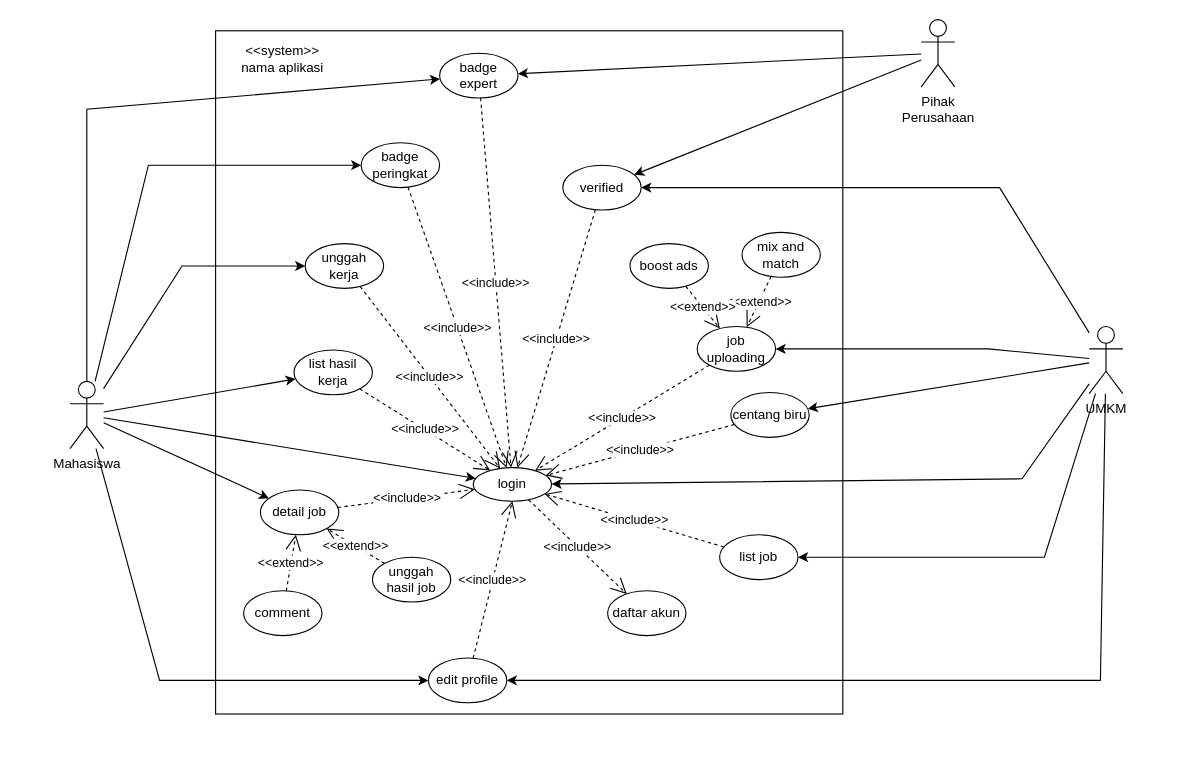
Above: page "UML (UseCase)" (2 of 4) of uml-diagram.drawio in isalzufari/sayembaara (draw.io), before the change. Source tidied: cells renumbered, new cells numbered last; positions are measured from the earlier drawing's top-left corner, leaving out a move shared by most shapes. Both pictures are drawn from the tidied source at 112%, with x=0, y=0 at pixel (69, 19).
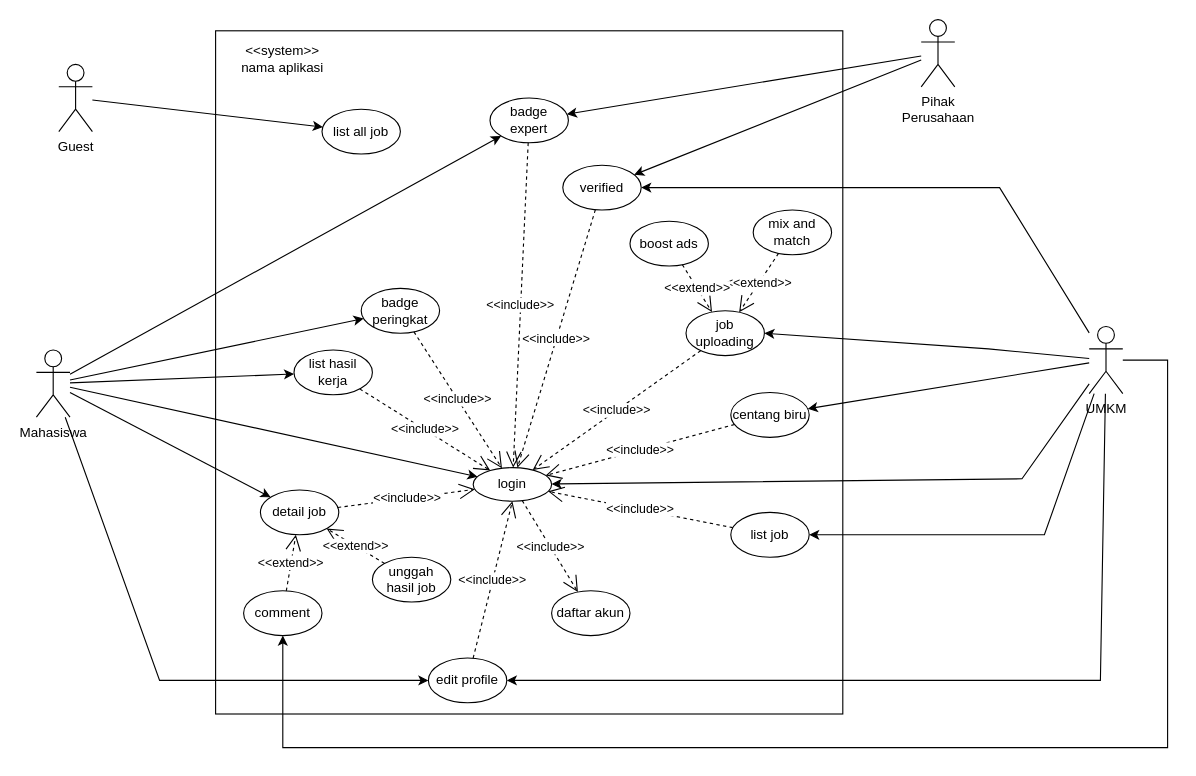
The same diagram, later.

Unchanged cells that the change refers to:
```xml
<mxCell id="17" value="UMKM" style="shape=umlActor;verticalLabelPosition=bottom;verticalAlign=top;html=1;" parent="1" vertex="1">
  <mxGeometry x="910" y="274" width="30" height="60" as="geometry" />
</mxCell>
<mxCell id="18" value="login" style="ellipse;whiteSpace=wrap;html=1;" parent="1" vertex="1">
  <mxGeometry x="360" y="400" width="70" height="30" as="geometry" />
</mxCell>
<mxCell id="49" value="comment" style="ellipse;whiteSpace=wrap;html=1;" parent="1" vertex="1">
  <mxGeometry x="155" y="510" width="70" height="40" as="geometry" />
</mxCell>
```

What changed in the source:
```diff
@@
     <mxCell id="5" style="rounded=0;jettySize=auto;html=1;" parent="1" edge="1" source="10" target="39">
-      <mxGeometry relative="1" as="geometry">
-        <Array as="points">
-          <mxPoint x="15" y="80" />
-        </Array>
-      </mxGeometry>
+      <mxGeometry relative="1" as="geometry" />
     </mxCell>
     <mxCell id="6" style="rounded=0;jettySize=auto;html=1;" parent="1" edge="1" source="10" target="41">
-      <mxGeometry relative="1" as="geometry">
-        <Array as="points">
-          <mxPoint x="70" y="130" />
-        </Array>
-      </mxGeometry>
+      <mxGeometry relative="1" as="geometry" />
     </mxCell>
-    <mxCell id="7" style="rounded=0;jettySize=auto;html=1;" parent="1" edge="1" source="10" target="43">
-      <mxGeometry relative="1" as="geometry">
-        <Array as="points">
-          <mxPoint x="100" y="220" />
-        </Array>
-      </mxGeometry>
-    </mxCell>
@@
     <mxCell id="10" value="Mahasiswa" style="shape=umlActor;verticalLabelPosition=bottom;verticalAlign=top;html=1;" parent="1" vertex="1">
-      <mxGeometry y="323" width="30" height="60" as="geometry" />
+      <mxGeometry x="-30" y="295" width="30" height="60" as="geometry" />
     </mxCell>
@@
     <mxCell id="14" style="rounded=0;jettySize=auto;html=1;" parent="1" edge="1" source="17" target="29">
       <mxGeometry relative="1" as="geometry">
         <Array as="points">
-          <mxPoint x="870" y="480" />
+          <mxPoint x="870" y="460" />
         </Array>
       </mxGeometry>
     </mxCell>
@@
+    <mxCell id="53" style="edgeStyle=orthogonalEdgeStyle;rounded=0;jettySize=auto;html=1;" parent="1" edge="1" source="17" target="49">
+      <mxGeometry relative="1" as="geometry">
+        <Array as="points">
+          <mxPoint x="980" y="304" />
+          <mxPoint x="980" y="650" />
+          <mxPoint x="190" y="650" />
+        </Array>
+      </mxGeometry>
+    </mxCell>
@@
     <mxCell id="19" value="job uploading" style="ellipse;whiteSpace=wrap;html=1;" parent="1" vertex="1">
-      <mxGeometry x="560" y="274" width="70" height="40" as="geometry" />
+      <mxGeometry x="550" y="260" width="70" height="40" as="geometry" />
     </mxCell>
     <mxCell id="20" value="mix and match" style="ellipse;whiteSpace=wrap;html=1;" parent="1" vertex="1">
-      <mxGeometry x="600" y="190" width="70" height="40" as="geometry" />
+      <mxGeometry x="610" y="170" width="70" height="40" as="geometry" />
     </mxCell>
@@
     <mxCell id="23" value="boost ads" style="ellipse;whiteSpace=wrap;html=1;" parent="1" vertex="1">
-      <mxGeometry x="500" y="200" width="70" height="40" as="geometry" />
+      <mxGeometry x="500" y="180" width="70" height="40" as="geometry" />
     </mxCell>
@@
     <mxCell id="26" value="daftar akun" style="ellipse;whiteSpace=wrap;html=1;" parent="1" vertex="1">
-      <mxGeometry x="480" y="510" width="70" height="40" as="geometry" />
+      <mxGeometry x="430" y="510" width="70" height="40" as="geometry" />
     </mxCell>
@@
     <mxCell id="29" value="list job" style="ellipse;whiteSpace=wrap;html=1;" parent="1" vertex="1">
-      <mxGeometry x="580" y="460" width="70" height="40" as="geometry" />
+      <mxGeometry x="590" y="440" width="70" height="40" as="geometry" />
     </mxCell>
@@
     <mxCell id="39" value="badge expert" style="ellipse;whiteSpace=wrap;html=1;" parent="1" vertex="1">
-      <mxGeometry x="330" y="30" width="70" height="40" as="geometry" />
+      <mxGeometry x="375" y="70" width="70" height="40" as="geometry" />
     </mxCell>
@@
     <mxCell id="41" value="badge peringkat" style="ellipse;whiteSpace=wrap;html=1;" parent="1" vertex="1">
-      <mxGeometry x="260" y="110" width="70" height="40" as="geometry" />
+      <mxGeometry x="260" y="240" width="70" height="40" as="geometry" />
     </mxCell>
@@
-    <mxCell id="43" value="unggah kerja" style="ellipse;whiteSpace=wrap;html=1;" parent="1" vertex="1">
-      <mxGeometry x="210" y="200" width="70" height="40" as="geometry" />
-    </mxCell>
-    <mxCell id="44" value="&amp;lt;&amp;lt;include&amp;gt;&amp;gt;" style="endArrow=open;endSize=12;dashed=1;html=1;rounded=0;" parent="1" edge="1" source="43" target="18">
-      <mxGeometry relative="1" as="geometry" />
-    </mxCell>
@@
+    <mxCell id="54" style="rounded=0;jettySize=auto;html=1;" parent="1" edge="1" source="55" target="56">
+      <mxGeometry relative="1" as="geometry" />
+    </mxCell>
+    <mxCell id="55" value="Guest" style="shape=umlActor;verticalLabelPosition=bottom;verticalAlign=top;html=1;" parent="1" vertex="1">
+      <mxGeometry x="-10" y="40" width="30" height="60" as="geometry" />
+    </mxCell>
+    <mxCell id="56" value="list all job" style="ellipse;whiteSpace=wrap;html=1;" parent="1" vertex="1">
+      <mxGeometry x="225" y="80" width="70" height="40" as="geometry" />
+    </mxCell>
```
